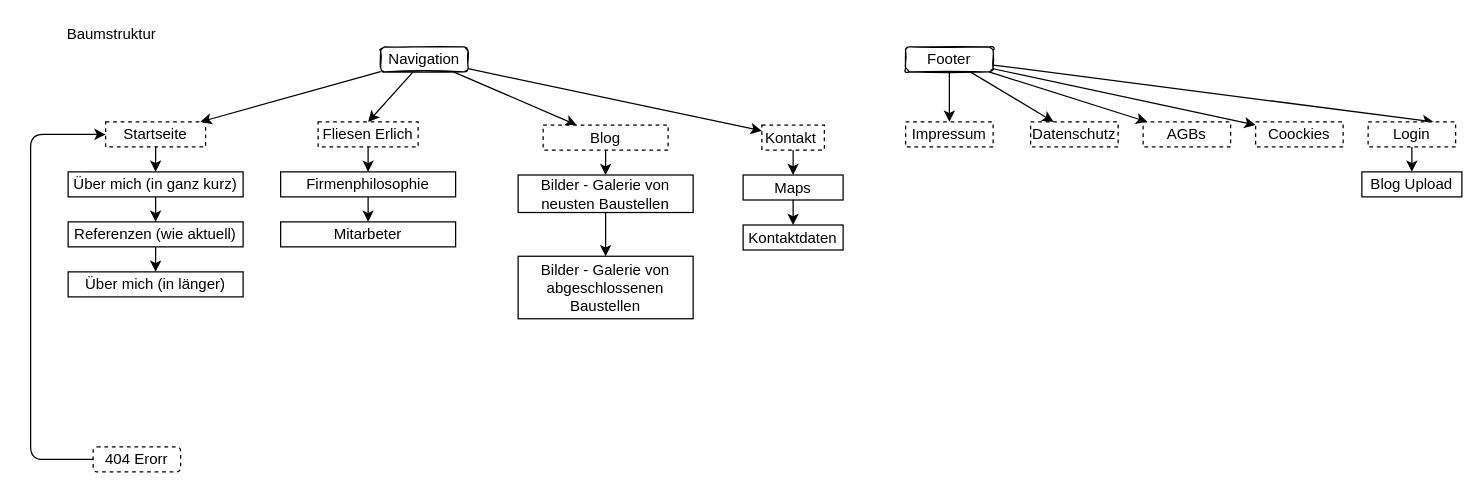
The draw.io diagram .idea/Website Stuktur.drawio in ArthurErlich/FliesenErlich, before the edit. Source tidied: cells renumbered, new cells numbered last; positions are measured from the earlier drawing's top-left corner, leaving out a move shared by most shapes. Both pictures are drawn from the tidied source at 125%, with x=0, y=0 at pixel (30, 21).
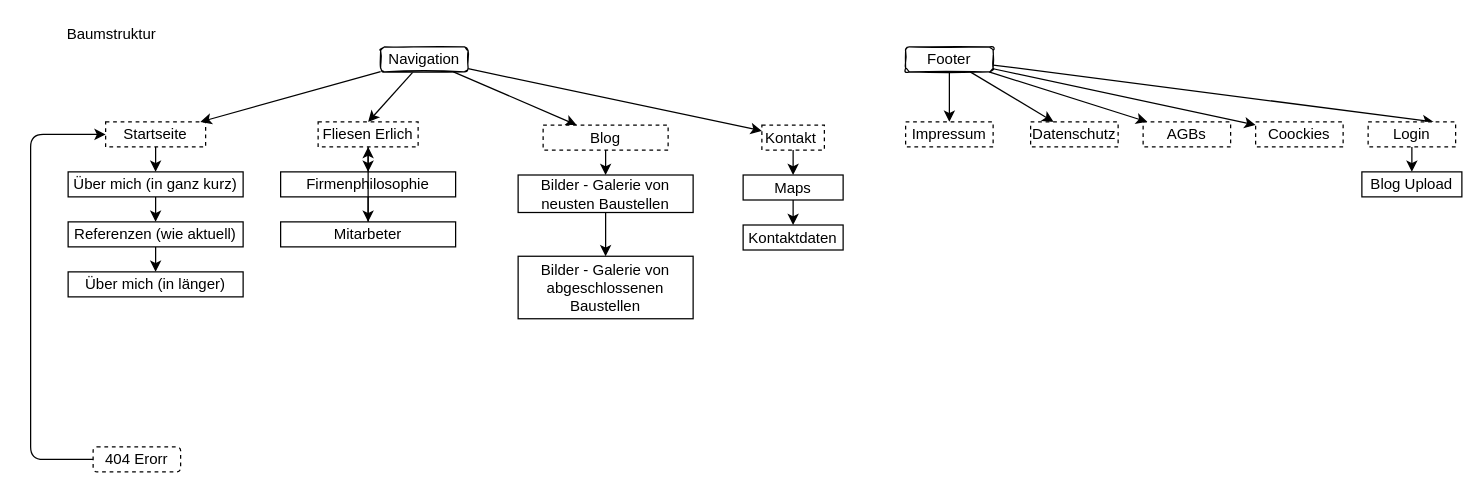
Above is the later version.

The change refers to these unchanged cells:
```xml
<mxCell id="42" value="Mitarbeter" style="rounded=0;whiteSpace=wrap;html=1;" parent="1" vertex="1">
  <mxGeometry x="200" y="160" width="140" height="20" as="geometry" />
</mxCell>
<mxCell id="44" value="Fliesen Erlich" style="rounded=5;whiteSpace=wrap;html=1;arcSize=48;dashed=1;" parent="1" vertex="1">
  <mxGeometry x="230" y="80" width="80" height="20" as="geometry" />
</mxCell>
```

The edit, as a diff of the source:
```diff
@@
+    <mxCell id="45" style="edgeStyle=none;html=1;" parent="1" edge="1" source="42" target="44">
+      <mxGeometry relative="1" as="geometry" />
+    </mxCell>
```
